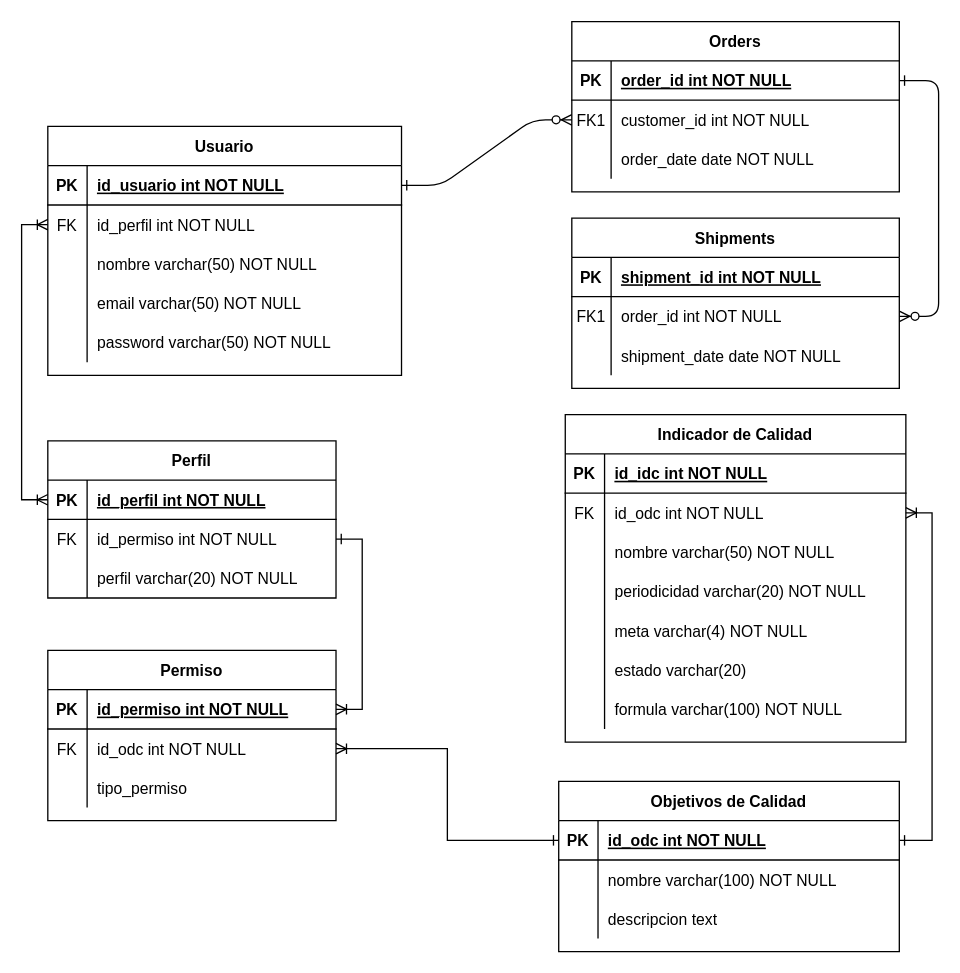
duvanbarros/hello-world keeps this draw.io diagram as DiagramaEntidadRelacion.drawio. Above is the earlier version. Source tidied: cells renumbered, new cells numbered last; positions are measured from the earlier drawing's top-left corner, leaving out a move shared by most shapes. Both pictures are drawn from the tidied source at 131%, with x=0, y=0 at pixel (21, 21).
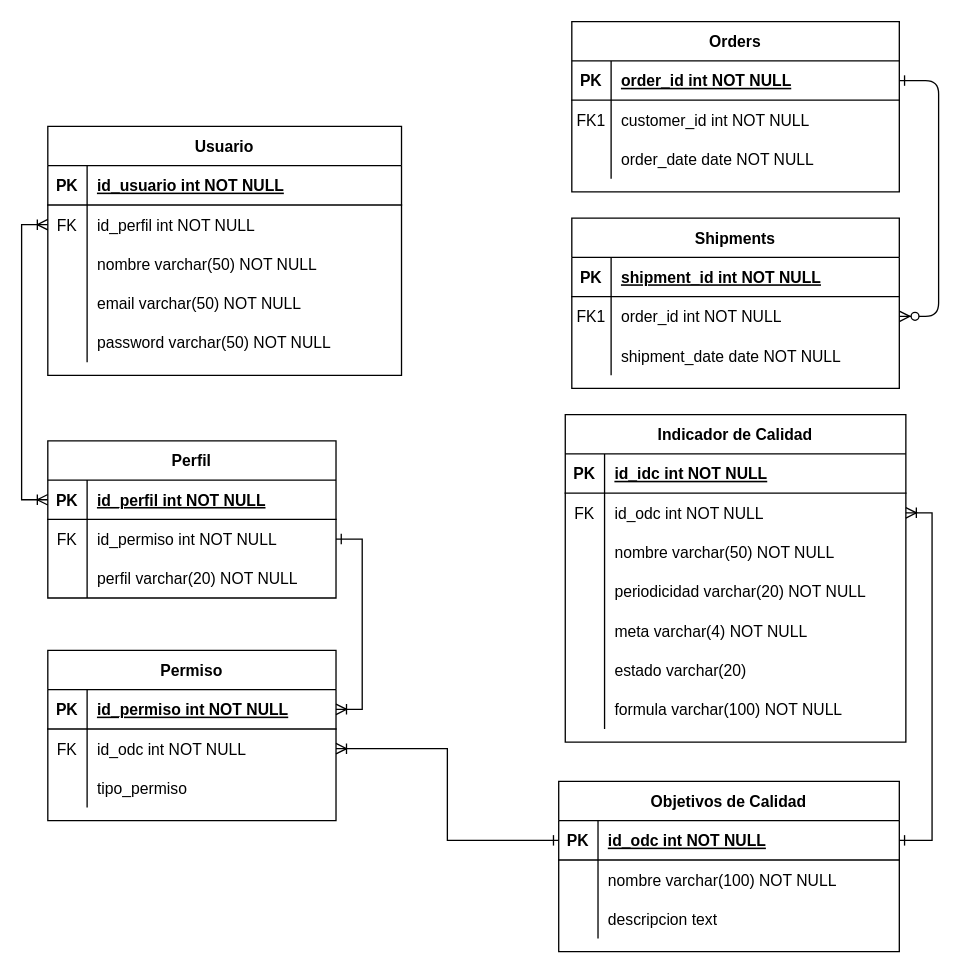
Above is the later version.

The change refers to these unchanged cells:
```xml
<mxCell id="8" style="shape=partialRectangle;fillColor=none;points=[[0,0.5],[1,0.5]];portConstraint=eastwest;top=0;left=0;right=0;bottom=0;" parent="4" vertex="1">
  <mxGeometry y="60" width="250" height="30" as="geometry" />
</mxCell>
<mxCell id="25" style="shape=partialRectangle;fillColor=none;points=[[0,0.5],[1,0.5]];portConstraint=eastwest;top=0;left=0;right=0;bottom=1;" parent="24" vertex="1">
  <mxGeometry y="30" width="270" height="30" as="geometry" />
</mxCell>
```

Change to the diagram source:
```diff
@@
-    <mxCell id="2" style="edgeStyle=entityRelationEdgeStyle;endArrow=ERzeroToMany;startArrow=ERone;endFill=1;startFill=0;" parent="1" edge="1" source="25" target="8">
-      <mxGeometry relative="1" as="geometry" />
-    </mxCell>
```
